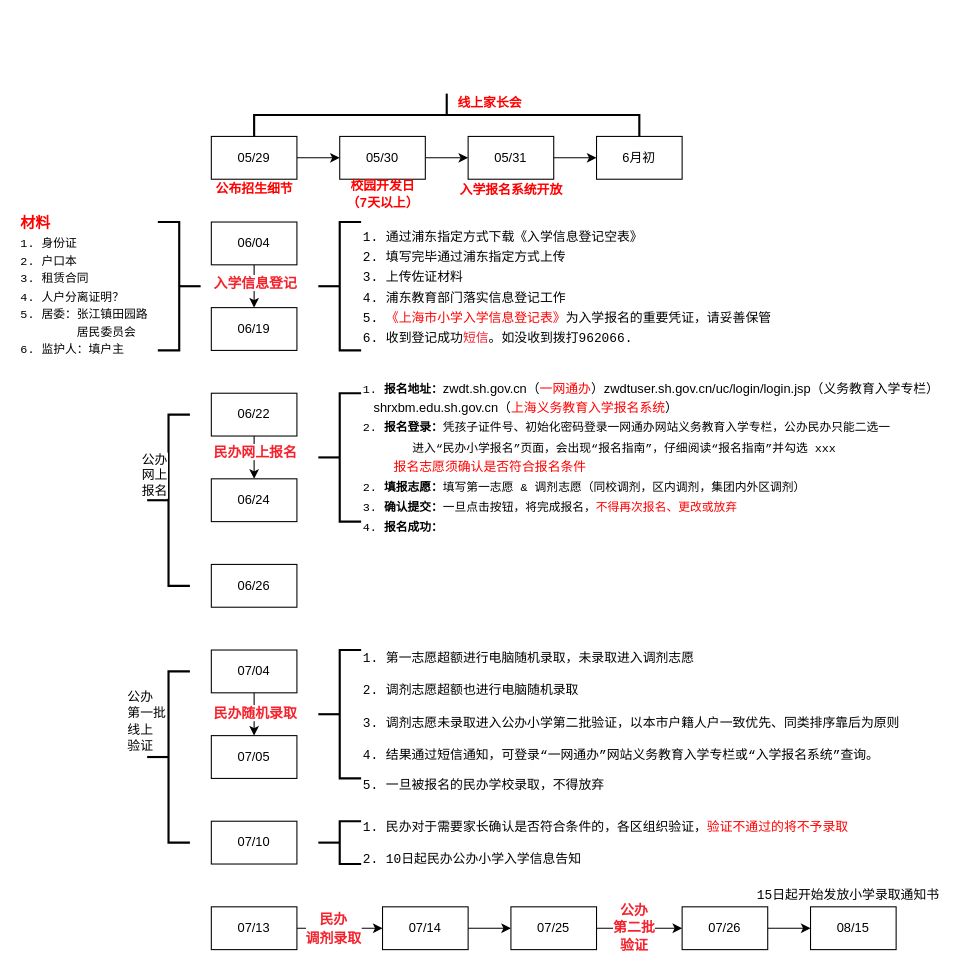
Earlier version of the draw.io diagram page "2022入学" (2 of 3) of 生活设计.drawio (JudeSheng/design). Source tidied: cells renumbered, new cells numbered last; positions are measured from the earlier drawing's top-left corner, leaving out a move shared by most shapes. Both pictures are drawn from the tidied source at 107%, with x=0, y=0 at pixel (18, 18).
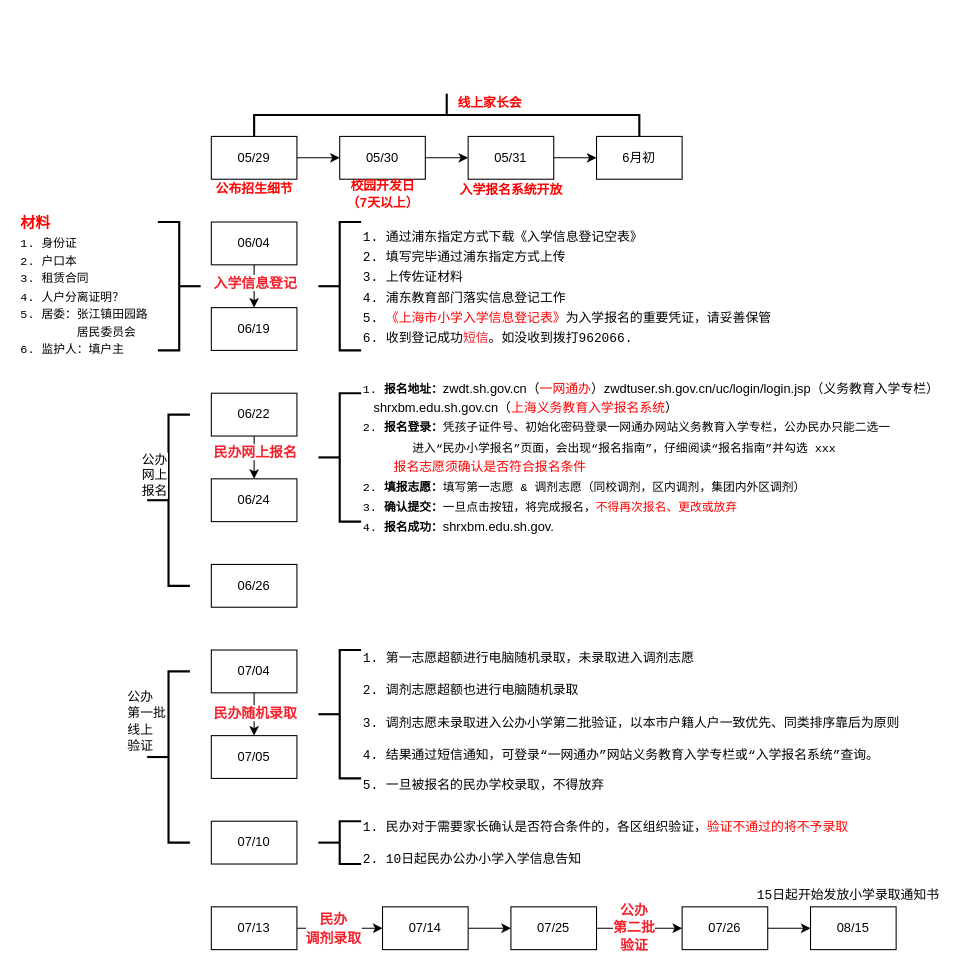
The same page after the edit.

Diff of the diagram source:
```diff
@@
-    <mxCell id="28" value="&lt;p style=&quot;line-height: 1.5;&quot;&gt;&lt;font style=&quot;font-size: 11px;&quot; face=&quot;Courier New&quot;&gt;&lt;font style=&quot;font-size: 11px;&quot;&gt;&lt;font style=&quot;font-size: 11px;&quot;&gt;1. &lt;b&gt;报名地址：&lt;/b&gt;&lt;/font&gt;&lt;/font&gt;&lt;/font&gt;&lt;span style=&quot;background-color: initial;&quot;&gt;zwdt.sh.gov.cn（&lt;font color=&quot;#ff0000&quot;&gt;一网通办&lt;/font&gt;）zwdtuser.sh.gov.cn/uc/login/login.jsp（义务教育入学专栏）&lt;br&gt;&lt;/span&gt;&lt;span style=&quot;white-space: pre;&quot;&gt; &lt;/span&gt;&lt;span style=&quot;white-space: pre;&quot;&gt; &lt;/span&gt;&lt;span style=&quot;white-space: pre;&quot;&gt; &lt;/span&gt;shrxbm.edu.sh.gov.cn（&lt;font color=&quot;#ff0000&quot;&gt;上海义务教育入学报名系统&lt;/font&gt;）&lt;span style=&quot;background-color: initial;&quot;&gt;&lt;br&gt;&lt;/span&gt;&lt;font style=&quot;font-size: 11px; background-color: initial; font-family: &amp;quot;Courier New&amp;quot;;&quot;&gt;2.&amp;nbsp;&lt;b&gt;报名登录：&lt;/b&gt;&lt;/font&gt;&lt;span style=&quot;font-size: 11px; background-color: initial; font-family: &amp;quot;Courier New&amp;quot;;&quot;&gt;凭孩子证件号、初始化密码登录一网通办网站义务教育入学专栏，公办民办只能二选一&lt;br&gt;&lt;/span&gt;&lt;span style=&quot;font-size: 11px; font-family: &amp;quot;Courier New&amp;quot;; background-color: initial;&quot; class=&quot;ne-text&quot;&gt;&lt;span style=&quot;&quot;&gt; &lt;/span&gt;&amp;nbsp; &amp;nbsp;&lt;span style=&quot;white-space: pre;&quot;&gt; &lt;/span&gt;&amp;nbsp; &amp;nbsp;进入“民办小学报名”页面，会出现“报名指南”，&lt;/span&gt;&lt;span style=&quot;font-size: 11px; font-family: &amp;quot;Courier New&amp;quot;; background-color: initial;&quot;&gt;仔细阅读“报名指南”并勾选 xxx&lt;br&gt;&lt;/span&gt;&lt;span style=&quot;font-family: &amp;quot;Courier New&amp;quot;; text-align: center;&quot;&gt;&lt;span style=&quot;white-space: pre;&quot;&gt; &lt;/span&gt;&amp;nbsp; &amp;nbsp;&lt;font color=&quot;#ff0000&quot;&gt;报名志愿须确认是否符合报名条件&lt;/font&gt;&lt;/span&gt;&lt;span style=&quot;font-size: 11px; font-family: &amp;quot;Courier New&amp;quot;; background-color: initial;&quot;&gt;&lt;br&gt;&lt;/span&gt;&lt;span style=&quot;font-size: 11px; font-family: &amp;quot;Courier New&amp;quot;; background-color: initial;&quot;&gt;2.&lt;/span&gt;&lt;span style=&quot;font-size: 11px; font-family: &amp;quot;Courier New&amp;quot;; background-color: initial;&quot;&gt;&amp;nbsp;&lt;/span&gt;&lt;b style=&quot;font-size: 11px; font-family: &amp;quot;Courier New&amp;quot;; background-color: initial;&quot;&gt;填报志愿：&lt;/b&gt;&lt;span style=&quot;font-size: 11px; font-family: &amp;quot;Courier New&amp;quot;; background-color: initial;&quot;&gt;填写第一志愿 &amp;amp;&amp;nbsp;&lt;/span&gt;&lt;span style=&quot;font-size: 11px; font-family: &amp;quot;Courier New&amp;quot;; background-color: initial;&quot;&gt;调剂志愿（&lt;/span&gt;&lt;span style=&quot;font-size: 11px; font-family: &amp;quot;Courier New&amp;quot;; background-color: initial;&quot;&gt;同校调剂，&lt;/span&gt;&lt;span style=&quot;font-size: 11px; font-family: &amp;quot;Courier New&amp;quot;; background-color: initial;&quot;&gt;区内调剂，&lt;/span&gt;&lt;span style=&quot;font-size: 11px; font-family: &amp;quot;Courier New&amp;quot;; background-color: initial;&quot;&gt;集团内外区调剂&lt;/span&gt;&lt;span style=&quot;font-size: 11px; font-family: &amp;quot;Courier New&amp;quot;; background-color: initial;&quot;&gt;）&lt;br&gt;&lt;/span&gt;&lt;span style=&quot;font-size: 11px; font-family: &amp;quot;Courier New&amp;quot;; background-color: initial;&quot;&gt;3.&amp;nbsp;&lt;/span&gt;&lt;span style=&quot;font-size: 11px; font-family: &amp;quot;Courier New&amp;quot;; background-color: initial;&quot;&gt;&lt;b&gt;确认提交：&lt;/b&gt;&lt;/span&gt;&lt;span style=&quot;font-size: 11px; font-family: &amp;quot;Courier New&amp;quot;; background-color: initial;&quot;&gt;一旦点击按钮，将完成报名，&lt;font color=&quot;#ff0000&quot;&gt;不得再次报名、更改或放弃&lt;br&gt;&lt;/font&gt;&lt;/span&gt;&lt;span style=&quot;font-size: 11px; font-family: &amp;quot;Courier New&amp;quot;; background-color: initial;&quot;&gt;4.&amp;nbsp;&lt;/span&gt;&lt;b style=&quot;font-size: 11px; font-family: &amp;quot;Courier New&amp;quot;; background-color: initial;&quot;&gt;报名成功&lt;span style=&quot;background-color: initial;&quot;&gt;：&lt;/span&gt;&lt;/b&gt;&lt;/p&gt;&lt;p&gt;&lt;/p&gt;" style="strokeWidth=2;html=1;shape=mxgraph.flowchart.annotation_2;align=left;labelPosition=right;fontSize=12;" parent="1" vertex="1">
+    <mxCell id="28" value="&lt;p style=&quot;line-height: 1.5;&quot;&gt;&lt;font style=&quot;font-size: 11px;&quot; face=&quot;Courier New&quot;&gt;&lt;font style=&quot;font-size: 11px;&quot;&gt;&lt;font style=&quot;font-size: 11px;&quot;&gt;1. &lt;b&gt;报名地址：&lt;/b&gt;&lt;/font&gt;&lt;/font&gt;&lt;/font&gt;&lt;span style=&quot;background-color: initial;&quot;&gt;zwdt.sh.gov.cn（&lt;font color=&quot;#ff0000&quot;&gt;一网通办&lt;/font&gt;）zwdtuser.sh.gov.cn/uc/login/login.jsp（义务教育入学专栏）&lt;br&gt;&lt;/span&gt;&lt;span style=&quot;white-space: pre;&quot;&gt; &lt;/span&gt;&lt;span style=&quot;white-space: pre;&quot;&gt; &lt;/span&gt;&lt;span style=&quot;white-space: pre;&quot;&gt; &lt;/span&gt;shrxbm.edu.sh.gov.cn（&lt;font color=&quot;#ff0000&quot;&gt;上海义务教育入学报名系统&lt;/font&gt;）&lt;span style=&quot;background-color: initial;&quot;&gt;&lt;br&gt;&lt;/span&gt;&lt;font style=&quot;font-size: 11px; background-color: initial; font-family: &amp;quot;Courier New&amp;quot;;&quot;&gt;2.&amp;nbsp;&lt;b&gt;报名登录：&lt;/b&gt;&lt;/font&gt;&lt;span style=&quot;font-size: 11px; background-color: initial; font-family: &amp;quot;Courier New&amp;quot;;&quot;&gt;凭孩子证件号、初始化密码登录一网通办网站义务教育入学专栏，公办民办只能二选一&lt;br&gt;&lt;/span&gt;&lt;span style=&quot;font-size: 11px; font-family: &amp;quot;Courier New&amp;quot;; background-color: initial;&quot; class=&quot;ne-text&quot;&gt;&lt;span style=&quot;&quot;&gt; &lt;/span&gt;&amp;nbsp; &amp;nbsp;&lt;span style=&quot;white-space: pre;&quot;&gt; &lt;/span&gt;&amp;nbsp; &amp;nbsp;进入“民办小学报名”页面，会出现“报名指南”，&lt;/span&gt;&lt;span style=&quot;font-size: 11px; font-family: &amp;quot;Courier New&amp;quot;; background-color: initial;&quot;&gt;仔细阅读“报名指南”并勾选 xxx&lt;br&gt;&lt;/span&gt;&lt;span style=&quot;font-family: &amp;quot;Courier New&amp;quot;; text-align: center;&quot;&gt;&lt;span style=&quot;white-space: pre;&quot;&gt; &lt;/span&gt;&amp;nbsp; &amp;nbsp;&lt;font color=&quot;#ff0000&quot;&gt;报名志愿须确认是否符合报名条件&lt;/font&gt;&lt;/span&gt;&lt;span style=&quot;font-size: 11px; font-family: &amp;quot;Courier New&amp;quot;; background-color: initial;&quot;&gt;&lt;br&gt;&lt;/span&gt;&lt;span style=&quot;font-size: 11px; font-family: &amp;quot;Courier New&amp;quot;; background-color: initial;&quot;&gt;2.&lt;/span&gt;&lt;span style=&quot;font-size: 11px; font-family: &amp;quot;Courier New&amp;quot;; background-color: initial;&quot;&gt;&amp;nbsp;&lt;/span&gt;&lt;b style=&quot;font-size: 11px; font-family: &amp;quot;Courier New&amp;quot;; background-color: initial;&quot;&gt;填报志愿：&lt;/b&gt;&lt;span style=&quot;font-size: 11px; font-family: &amp;quot;Courier New&amp;quot;; background-color: initial;&quot;&gt;填写第一志愿 &amp;amp;&amp;nbsp;&lt;/span&gt;&lt;span style=&quot;font-size: 11px; font-family: &amp;quot;Courier New&amp;quot;; background-color: initial;&quot;&gt;调剂志愿（&lt;/span&gt;&lt;span style=&quot;font-size: 11px; font-family: &amp;quot;Courier New&amp;quot;; background-color: initial;&quot;&gt;同校调剂，&lt;/span&gt;&lt;span style=&quot;font-size: 11px; font-family: &amp;quot;Courier New&amp;quot;; background-color: initial;&quot;&gt;区内调剂，&lt;/span&gt;&lt;span style=&quot;font-size: 11px; font-family: &amp;quot;Courier New&amp;quot;; background-color: initial;&quot;&gt;集团内外区调剂&lt;/span&gt;&lt;span style=&quot;font-size: 11px; font-family: &amp;quot;Courier New&amp;quot;; background-color: initial;&quot;&gt;）&lt;br&gt;&lt;/span&gt;&lt;span style=&quot;font-size: 11px; font-family: &amp;quot;Courier New&amp;quot;; background-color: initial;&quot;&gt;3.&amp;nbsp;&lt;/span&gt;&lt;span style=&quot;font-size: 11px; font-family: &amp;quot;Courier New&amp;quot;; background-color: initial;&quot;&gt;&lt;b&gt;确认提交：&lt;/b&gt;&lt;/span&gt;&lt;span style=&quot;font-size: 11px; font-family: &amp;quot;Courier New&amp;quot;; background-color: initial;&quot;&gt;一旦点击按钮，将完成报名，&lt;font color=&quot;#ff0000&quot;&gt;不得再次报名、更改或放弃&lt;br&gt;&lt;/font&gt;&lt;/span&gt;&lt;span style=&quot;font-size: 11px; font-family: &amp;quot;Courier New&amp;quot;; background-color: initial;&quot;&gt;4.&amp;nbsp;&lt;/span&gt;&lt;b style=&quot;font-size: 11px; font-family: &amp;quot;Courier New&amp;quot;; background-color: initial;&quot;&gt;报名成功&lt;span style=&quot;background-color: initial;&quot;&gt;：&lt;/span&gt;&lt;/b&gt;&lt;span style=&quot;background-color: initial;&quot;&gt;shrxbm.edu.sh.gov.&lt;/span&gt;&lt;/p&gt;&lt;p&gt;&lt;/p&gt;" style="strokeWidth=2;html=1;shape=mxgraph.flowchart.annotation_2;align=left;labelPosition=right;fontSize=12;" parent="1" vertex="1">
       <mxGeometry x="280" y="350" width="40" height="120" as="geometry" />
     </mxCell>
```
